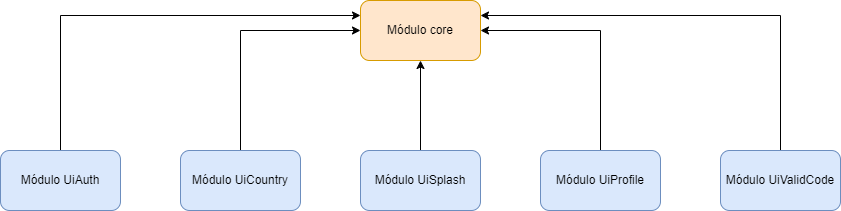
The draw.io diagram docs/img/modules.png in raphaelmaracaipe/portfolio-flutter, before a commit. Source tidied: cells renumbered, new cells last; positions are measured from the earlier drawing's top-left corner, leaving out a move shared by most shapes. The source it was exported from:
```xml
<mxGraphModel>
  <root>
    <mxCell id="0" />
    <mxCell id="1" parent="0" />
    <mxCell id="2" value="Módulo core" style="rounded=1;whiteSpace=wrap;html=1;fillColor=#ffe6cc;strokeColor=#d79b00;" parent="1" vertex="1">
      <mxGeometry x="360" width="120" height="60" as="geometry" />
    </mxCell>
    <mxCell id="3" style="edgeStyle=orthogonalEdgeStyle;rounded=0;jettySize=auto;html=1;entryX=0;entryY=0.25;entryDx=0;entryDy=0;" parent="1" edge="1" source="4" target="2">
      <mxGeometry relative="1" as="geometry">
        <Array as="points">
          <mxPoint x="60" y="15" />
        </Array>
      </mxGeometry>
    </mxCell>
    <mxCell id="4" value="Módulo UiAuth" style="rounded=1;whiteSpace=wrap;html=1;fillColor=#dae8fc;strokeColor=#6c8ebf;" parent="1" vertex="1">
      <mxGeometry y="150" width="120" height="60" as="geometry" />
    </mxCell>
    <mxCell id="5" style="edgeStyle=orthogonalEdgeStyle;rounded=0;jettySize=auto;html=1;entryX=0;entryY=0.5;entryDx=0;entryDy=0;" parent="1" edge="1" source="6" target="2">
      <mxGeometry relative="1" as="geometry">
        <Array as="points">
          <mxPoint x="240" y="30" />
        </Array>
      </mxGeometry>
    </mxCell>
    <mxCell id="6" value="Módulo UiCountry" style="rounded=1;whiteSpace=wrap;html=1;fillColor=#dae8fc;strokeColor=#6c8ebf;" parent="1" vertex="1">
      <mxGeometry x="180" y="150" width="120" height="60" as="geometry" />
    </mxCell>
    <mxCell id="7" style="edgeStyle=orthogonalEdgeStyle;rounded=0;jettySize=auto;html=1;entryX=0.5;entryY=1;entryDx=0;entryDy=0;" parent="1" edge="1" source="8" target="2">
      <mxGeometry relative="1" as="geometry" />
    </mxCell>
    <mxCell id="8" value="Módulo UiSplash" style="rounded=1;whiteSpace=wrap;html=1;fillColor=#dae8fc;strokeColor=#6c8ebf;" parent="1" vertex="1">
      <mxGeometry x="360" y="150" width="120" height="60" as="geometry" />
    </mxCell>
    <mxCell id="9" style="edgeStyle=orthogonalEdgeStyle;rounded=0;jettySize=auto;html=1;entryX=1;entryY=0.5;entryDx=0;entryDy=0;" parent="1" edge="1" source="10" target="2">
      <mxGeometry relative="1" as="geometry">
        <Array as="points">
          <mxPoint x="600" y="30" />
        </Array>
      </mxGeometry>
    </mxCell>
    <mxCell id="10" value="Módulo UiProfile" style="rounded=1;whiteSpace=wrap;html=1;fillColor=#dae8fc;strokeColor=#6c8ebf;" parent="1" vertex="1">
      <mxGeometry x="540" y="150" width="120" height="60" as="geometry" />
    </mxCell>
    <mxCell id="11" style="edgeStyle=orthogonalEdgeStyle;rounded=0;jettySize=auto;html=1;entryX=1;entryY=0.25;entryDx=0;entryDy=0;" parent="1" edge="1" source="12" target="2">
      <mxGeometry relative="1" as="geometry">
        <Array as="points">
          <mxPoint x="780" y="15" />
        </Array>
      </mxGeometry>
    </mxCell>
    <mxCell id="12" value="Módulo UiValidCode" style="rounded=1;whiteSpace=wrap;html=1;fillColor=#dae8fc;strokeColor=#6c8ebf;" parent="1" vertex="1">
      <mxGeometry x="720" y="150" width="120" height="60" as="geometry" />
    </mxCell>
  </root>
</mxGraphModel>
```
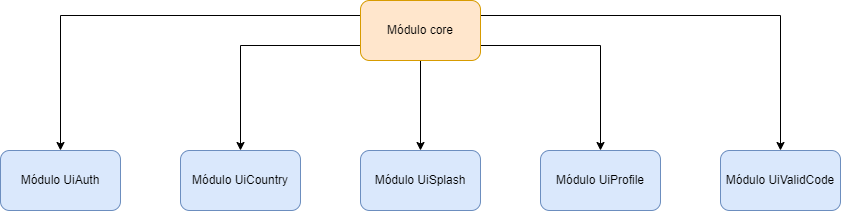
After the change.

Commit message:
Alteração da orientação das setas.

Change to the diagram source:
```diff
@@ -2,52 +2,36 @@
   <root>
     <mxCell id="0" />
     <mxCell id="1" parent="0" />
+    <mxCell id="13" style="edgeStyle=orthogonalEdgeStyle;rounded=0;jettySize=auto;html=1;exitX=1;exitY=0.75;exitDx=0;exitDy=0;entryX=0.5;entryY=0;entryDx=0;entryDy=0;" parent="1" edge="1" source="2" target="10">
+      <mxGeometry relative="1" as="geometry" />
+    </mxCell>
+    <mxCell id="14" style="edgeStyle=orthogonalEdgeStyle;rounded=0;jettySize=auto;html=1;exitX=1;exitY=0.25;exitDx=0;exitDy=0;entryX=0.5;entryY=0;entryDx=0;entryDy=0;" parent="1" edge="1" source="2" target="12">
+      <mxGeometry relative="1" as="geometry" />
+    </mxCell>
+    <mxCell id="15" style="edgeStyle=orthogonalEdgeStyle;rounded=0;jettySize=auto;html=1;exitX=0;exitY=0.75;exitDx=0;exitDy=0;entryX=0.5;entryY=0;entryDx=0;entryDy=0;" parent="1" edge="1" source="2" target="6">
+      <mxGeometry relative="1" as="geometry" />
+    </mxCell>
+    <mxCell id="16" style="edgeStyle=orthogonalEdgeStyle;rounded=0;jettySize=auto;html=1;exitX=0;exitY=0.25;exitDx=0;exitDy=0;entryX=0.5;entryY=0;entryDx=0;entryDy=0;" parent="1" edge="1" source="2" target="4">
+      <mxGeometry relative="1" as="geometry" />
+    </mxCell>
+    <mxCell id="17" style="edgeStyle=orthogonalEdgeStyle;rounded=0;jettySize=auto;html=1;exitX=0.5;exitY=1;exitDx=0;exitDy=0;entryX=0.5;entryY=0;entryDx=0;entryDy=0;" parent="1" edge="1" source="2" target="8">
+      <mxGeometry relative="1" as="geometry" />
+    </mxCell>
     <mxCell id="2" value="Módulo core" style="rounded=1;whiteSpace=wrap;html=1;fillColor=#ffe6cc;strokeColor=#d79b00;" parent="1" vertex="1">
       <mxGeometry x="360" width="120" height="60" as="geometry" />
     </mxCell>
-    <mxCell id="3" style="edgeStyle=orthogonalEdgeStyle;rounded=0;jettySize=auto;html=1;entryX=0;entryY=0.25;entryDx=0;entryDy=0;" parent="1" edge="1" source="4" target="2">
-      <mxGeometry relative="1" as="geometry">
-        <Array as="points">
-          <mxPoint x="60" y="15" />
-        </Array>
-      </mxGeometry>
-    </mxCell>
     <mxCell id="4" value="Módulo UiAuth" style="rounded=1;whiteSpace=wrap;html=1;fillColor=#dae8fc;strokeColor=#6c8ebf;" parent="1" vertex="1">
       <mxGeometry y="150" width="120" height="60" as="geometry" />
     </mxCell>
-    <mxCell id="5" style="edgeStyle=orthogonalEdgeStyle;rounded=0;jettySize=auto;html=1;entryX=0;entryY=0.5;entryDx=0;entryDy=0;" parent="1" edge="1" source="6" target="2">
-      <mxGeometry relative="1" as="geometry">
-        <Array as="points">
-          <mxPoint x="240" y="30" />
-        </Array>
-      </mxGeometry>
-    </mxCell>
     <mxCell id="6" value="Módulo UiCountry" style="rounded=1;whiteSpace=wrap;html=1;fillColor=#dae8fc;strokeColor=#6c8ebf;" parent="1" vertex="1">
       <mxGeometry x="180" y="150" width="120" height="60" as="geometry" />
     </mxCell>
-    <mxCell id="7" style="edgeStyle=orthogonalEdgeStyle;rounded=0;jettySize=auto;html=1;entryX=0.5;entryY=1;entryDx=0;entryDy=0;" parent="1" edge="1" source="8" target="2">
-      <mxGeometry relative="1" as="geometry" />
-    </mxCell>
     <mxCell id="8" value="Módulo UiSplash" style="rounded=1;whiteSpace=wrap;html=1;fillColor=#dae8fc;strokeColor=#6c8ebf;" parent="1" vertex="1">
       <mxGeometry x="360" y="150" width="120" height="60" as="geometry" />
     </mxCell>
-    <mxCell id="9" style="edgeStyle=orthogonalEdgeStyle;rounded=0;jettySize=auto;html=1;entryX=1;entryY=0.5;entryDx=0;entryDy=0;" parent="1" edge="1" source="10" target="2">
-      <mxGeometry relative="1" as="geometry">
-        <Array as="points">
-          <mxPoint x="600" y="30" />
-        </Array>
-      </mxGeometry>
-    </mxCell>
     <mxCell id="10" value="Módulo UiProfile" style="rounded=1;whiteSpace=wrap;html=1;fillColor=#dae8fc;strokeColor=#6c8ebf;" parent="1" vertex="1">
       <mxGeometry x="540" y="150" width="120" height="60" as="geometry" />
     </mxCell>
-    <mxCell id="11" style="edgeStyle=orthogonalEdgeStyle;rounded=0;jettySize=auto;html=1;entryX=1;entryY=0.25;entryDx=0;entryDy=0;" parent="1" edge="1" source="12" target="2">
-      <mxGeometry relative="1" as="geometry">
-        <Array as="points">
-          <mxPoint x="780" y="15" />
-        </Array>
-      </mxGeometry>
-    </mxCell>
     <mxCell id="12" value="Módulo UiValidCode" style="rounded=1;whiteSpace=wrap;html=1;fillColor=#dae8fc;strokeColor=#6c8ebf;" parent="1" vertex="1">
       <mxGeometry x="720" y="150" width="120" height="60" as="geometry" />
     </mxCell>
```
